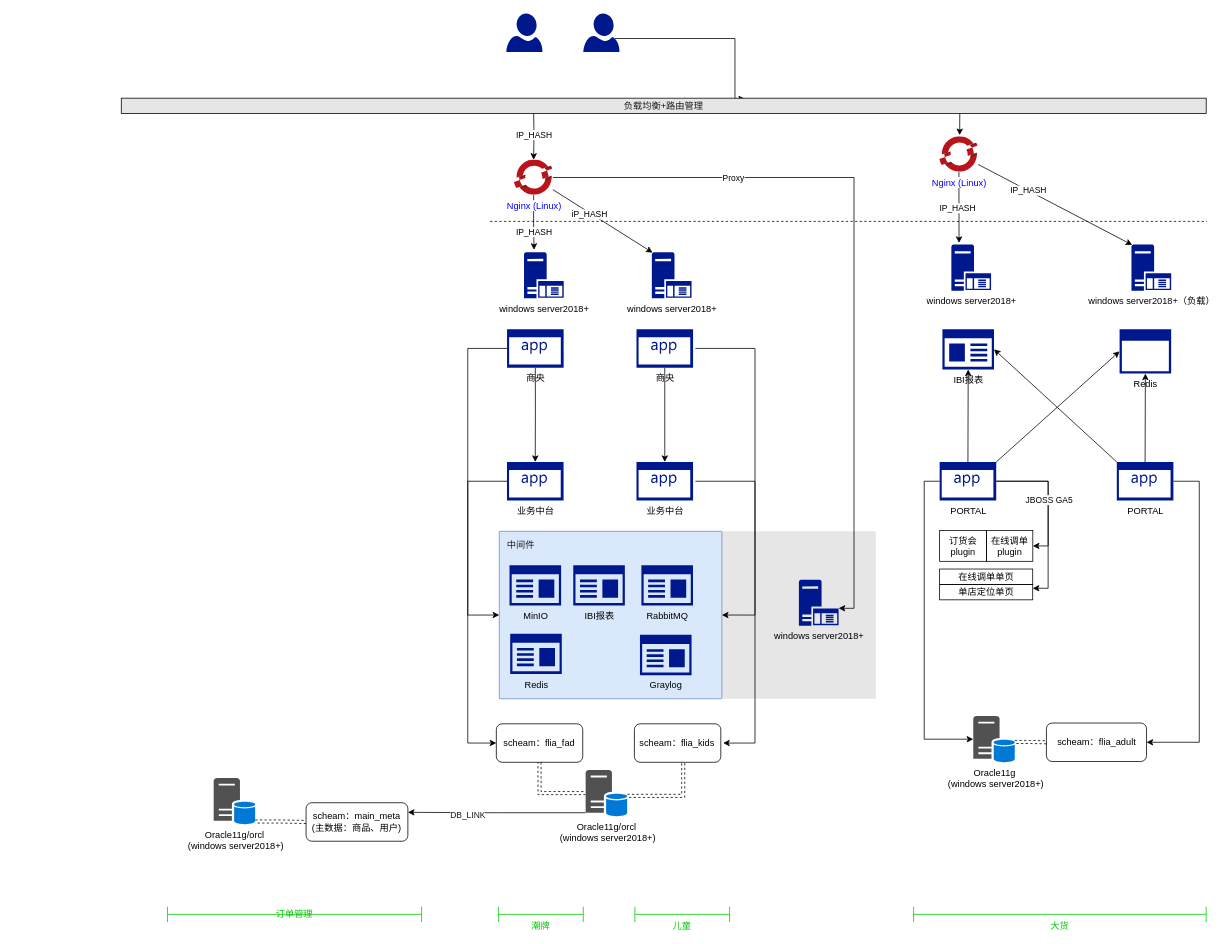
tianyaxiangdong/drawio keeps this draw.io diagram as anta-deploy.drawio. Above is the earlier version. Source tidied: cells renumbered, new cells numbered last; positions are measured from the earlier drawing's top-left corner, leaving out a move shared by most shapes. Both pictures are drawn from the tidied source at 77%, with x=0, y=0 at pixel (121, 13).
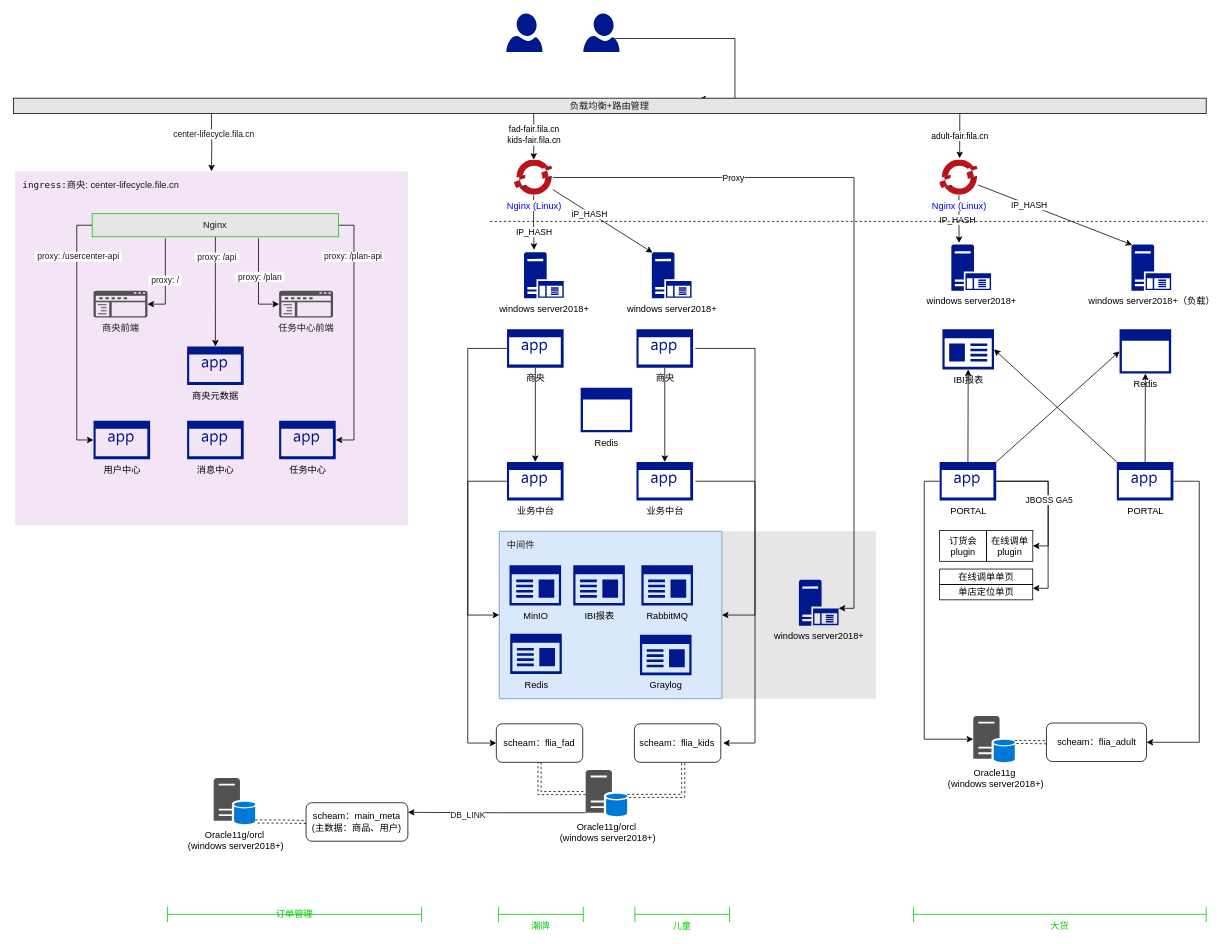
After the change.

Unchanged cells that the change refers to:
```xml
<mxCell id="14" value="&lt;font color=&quot;#0000ff&quot;&gt;Nginx (Linux)&lt;/font&gt;" style="sketch=0;html=1;points=[];align=center;image;fontSize=12;image=img/lib/mscae/OpenShift.svg;fillColor=#F31339;" parent="1" vertex="1">
  <mxGeometry x="510.5" y="190" width="50" height="46" as="geometry" />
</mxCell>
```

The edit, as a diff of the source:
```diff
@@
-    <mxCell id="7" value="IP_HASH" style="edgeStyle=orthogonalEdgeStyle;rounded=0;jettySize=auto;html=1;" parent="1" edge="1" target="14">
+    <mxCell id="7" value="fad-fair.fila.cn&lt;br&gt;kids-fair.fila.cn" style="edgeStyle=orthogonalEdgeStyle;rounded=0;jettySize=auto;html=1;" parent="1" edge="1" target="14">
       <mxGeometry relative="1" as="geometry">
         <mxPoint x="535.5" y="125" as="sourcePoint" />
       </mxGeometry>
     </mxCell>
@@
     <mxCell id="19" value="&lt;font color=&quot;#0000ff&quot;&gt;Nginx (Linux)&lt;/font&gt;" style="sketch=0;html=1;points=[];align=center;image;fontSize=12;image=img/lib/mscae/OpenShift.svg;fillColor=#F31339;" parent="1" vertex="1">
-      <mxGeometry x="1062.8" y="160" width="50" height="46" as="geometry" />
+      <mxGeometry x="1062.8" y="190" width="50" height="46" as="geometry" />
     </mxCell>
-    <mxCell id="20" style="endArrow=classic;html=1;entryX=0.52;entryY=-0.043;entryDx=0;entryDy=0;entryPerimeter=0;exitX=0.874;exitY=1.114;exitDx=0;exitDy=0;exitPerimeter=0;" parent="1" edge="1" target="19">
+    <mxCell id="20" value="adult-fair.fila.cn" style="endArrow=classic;html=1;entryX=0.52;entryY=-0.043;entryDx=0;entryDy=0;entryPerimeter=0;exitX=0.874;exitY=1.114;exitDx=0;exitDy=0;exitPerimeter=0;" parent="1" edge="1" target="19">
       <mxGeometry relative="1" as="geometry">
         <mxPoint x="1089" y="129" as="sourcePoint" />
       </mxGeometry>
     </mxCell>
+    <mxCell id="77" style="edgeStyle=orthogonalEdgeStyle;rounded=0;jettySize=auto;html=1;entryX=0.5;entryY=0;entryDx=0;entryDy=0;entryPerimeter=0;fontColor=#1A1A1A;" parent="1" edge="1" target="79">
+      <mxGeometry relative="1" as="geometry">
+        <mxPoint x="117" y="130" as="sourcePoint" />
+      </mxGeometry>
+    </mxCell>
+    <mxCell id="78" value="center-lifecycle.fila.cn" style="edgeLabel;html=1;align=center;verticalAlign=middle;fontColor=#1A1A1A;" parent="77" vertex="1">
+      <mxGeometry x="-0.27" y="2" relative="1" as="geometry" />
+    </mxCell>
     <mxCell id="21" value="负载均衡+路由管理" style="rounded=0;whiteSpace=wrap;html=1;align=center;fontColor=#1A1A1A;fillColor=#E6E6E6;" parent="1" vertex="1">
-      <mxGeometry y="110" width="1409" height="20" as="geometry" />
+      <mxGeometry x="-140" y="110" width="1549" height="20" as="geometry" />
     </mxCell>
@@
+    <mxCell id="79" value="&lt;span style=&quot;background-color: inherit ; font-family: &amp;#34;menlo&amp;#34; , &amp;#34;monaco&amp;#34; , &amp;#34;consolas&amp;#34; , &amp;#34;andale mono&amp;#34; , &amp;#34;lucida console&amp;#34; , &amp;#34;courier new&amp;#34; , monospace ; font-size: inherit ; color: rgb(18 , 18 , 18)&quot;&gt;ingress:&lt;/span&gt;&lt;font color=&quot;#1a1a1a&quot;&gt;商央: center-lifecycle.file.cn&lt;/font&gt;" style="sketch=0;points=[[0,0,0],[0.25,0,0],[0.5,0,0],[0.75,0,0],[1,0,0],[1,0.25,0],[1,0.5,0],[1,0.75,0],[1,1,0],[0.75,1,0],[0.5,1,0],[0.25,1,0],[0,1,0],[0,0.75,0],[0,0.5,0],[0,0.25,0]];rounded=1;absoluteArcSize=1;arcSize=2;html=1;strokeColor=none;gradientColor=none;shadow=0;dashed=0;fontSize=12;fontColor=#9E9E9E;align=left;verticalAlign=top;spacing=10;spacingTop=-4;fillColor=#F3E5F5;" parent="1" vertex="1">
+      <mxGeometry x="-137.8" y="205" width="510" height="460" as="geometry" />
+    </mxCell>
+    <mxCell id="80" value="用户中心" style="sketch=0;shadow=0;dashed=0;html=1;strokeColor=none;labelPosition=center;verticalLabelPosition=bottom;verticalAlign=top;align=center;fillColor=#00188D;shape=mxgraph.mscae.enterprise.application;" parent="1" vertex="1">
+      <mxGeometry x="-36" y="528.9" width="73.5" height="50" as="geometry" />
+    </mxCell>
+    <mxCell id="81" value="消息中心" style="sketch=0;shadow=0;dashed=0;html=1;strokeColor=none;labelPosition=center;verticalLabelPosition=bottom;verticalAlign=top;align=center;fillColor=#00188D;shape=mxgraph.mscae.enterprise.application;" parent="1" vertex="1">
+      <mxGeometry x="85.5" y="528.9" width="73.5" height="50" as="geometry" />
+    </mxCell>
+    <mxCell id="82" value="任务中心" style="sketch=0;shadow=0;dashed=0;html=1;strokeColor=none;labelPosition=center;verticalLabelPosition=bottom;verticalAlign=top;align=center;fillColor=#00188D;shape=mxgraph.mscae.enterprise.application;" parent="1" vertex="1">
+      <mxGeometry x="205" y="528.9" width="73.5" height="50" as="geometry" />
+    </mxCell>
+    <mxCell id="83" style="edgeStyle=orthogonalEdgeStyle;rounded=0;jettySize=auto;html=1;exitX=0;exitY=0.5;exitDx=0;exitDy=0;entryX=0;entryY=0.5;entryDx=0;entryDy=0;entryPerimeter=0;fontColor=#1A1A1A;" parent="1" edge="1" source="93" target="80">
+      <mxGeometry relative="1" as="geometry" />
+    </mxCell>
+    <mxCell id="84" value="&amp;nbsp;proxy: /usercenter-api&amp;nbsp;" style="edgeLabel;html=1;align=center;verticalAlign=middle;fontColor=#1A1A1A;" parent="83" vertex="1">
+      <mxGeometry x="-0.67" y="1" relative="1" as="geometry">
+        <mxPoint y="7" as="offset" />
+      </mxGeometry>
+    </mxCell>
+    <mxCell id="85" style="edgeStyle=orthogonalEdgeStyle;rounded=0;jettySize=auto;html=1;exitX=0.5;exitY=1;exitDx=0;exitDy=0;entryX=0.5;entryY=0;entryDx=0;entryDy=0;entryPerimeter=0;fontColor=#1A1A1A;" parent="1" edge="1" source="93" target="97">
+      <mxGeometry relative="1" as="geometry" />
+    </mxCell>
+    <mxCell id="86" value="&amp;nbsp;proxy: /api&amp;nbsp;" style="edgeLabel;html=1;align=center;verticalAlign=middle;fontColor=#1A1A1A;" parent="85" vertex="1">
+      <mxGeometry x="-0.63" y="1" relative="1" as="geometry" />
+    </mxCell>
+    <mxCell id="87" style="edgeStyle=orthogonalEdgeStyle;rounded=0;jettySize=auto;html=1;exitX=1;exitY=0.5;exitDx=0;exitDy=0;entryX=1;entryY=0.5;entryDx=0;entryDy=0;entryPerimeter=0;fontColor=#1A1A1A;" parent="1" edge="1" source="93" target="82">
+      <mxGeometry relative="1" as="geometry" />
+    </mxCell>
+    <mxCell id="88" value="&amp;nbsp;proxy: /plan-api&amp;nbsp;" style="edgeLabel;html=1;align=center;verticalAlign=middle;fontColor=#1A1A1A;" parent="87" vertex="1">
+      <mxGeometry x="-0.63" y="-2" relative="1" as="geometry" />
+    </mxCell>
+    <mxCell id="89" style="edgeStyle=orthogonalEdgeStyle;rounded=0;jettySize=auto;html=1;exitX=0.297;exitY=1.067;exitDx=0;exitDy=0;entryX=1;entryY=0.5;entryDx=0;entryDy=0;entryPerimeter=0;fontColor=#1A1A1A;exitPerimeter=0;" parent="1" edge="1" source="93" target="95">
+      <mxGeometry relative="1" as="geometry" />
+    </mxCell>
+    <mxCell id="90" value="&amp;nbsp;proxy: /&amp;nbsp;" style="edgeLabel;html=1;align=center;verticalAlign=middle;fontColor=#1A1A1A;" parent="89" vertex="1">
+      <mxGeometry x="-0.01" y="-1" relative="1" as="geometry" />
+    </mxCell>
+    <mxCell id="91" style="edgeStyle=orthogonalEdgeStyle;rounded=0;jettySize=auto;html=1;entryX=0;entryY=0.5;entryDx=0;entryDy=0;entryPerimeter=0;fontColor=#1A1A1A;exitX=0.675;exitY=1.067;exitDx=0;exitDy=0;exitPerimeter=0;" parent="1" edge="1" source="93" target="96">
+      <mxGeometry relative="1" as="geometry" />
+    </mxCell>
+    <mxCell id="92" value="&amp;nbsp;proxy: /plan&amp;nbsp;" style="edgeLabel;html=1;align=center;verticalAlign=middle;fontColor=#1A1A1A;" parent="91" vertex="1">
+      <mxGeometry x="-0.13" y="1" relative="1" as="geometry" />
+    </mxCell>
+    <mxCell id="93" value="Nginx" style="rounded=0;whiteSpace=wrap;html=1;fontColor=#1A1A1A;strokeColor=#00CC00;fillColor=#E6E6E6;align=center;verticalAlign=middle;" parent="1" vertex="1">
+      <mxGeometry x="-37.8" y="260" width="320" height="30" as="geometry" />
+    </mxCell>
+    <mxCell id="94" value="Redis" style="sketch=0;shadow=0;dashed=0;html=1;strokeColor=none;labelPosition=center;verticalLabelPosition=bottom;verticalAlign=top;align=center;fillColor=#00188D;shape=mxgraph.mscae.enterprise.application_blank;" parent="1" vertex="1">
+      <mxGeometry x="596.6" y="486.2" width="67" height="57.6" as="geometry" />
+    </mxCell>
+    <mxCell id="95" value="商央前端" style="sketch=0;shadow=0;dashed=0;html=1;strokeColor=none;labelPosition=center;verticalLabelPosition=bottom;verticalAlign=top;align=center;fillColor=#505050;shape=mxgraph.mscae.intune.company_portal;fontColor=#1A1A1A;" parent="1" vertex="1">
+      <mxGeometry x="-36" y="360" width="70" height="35" as="geometry" />
+    </mxCell>
+    <mxCell id="96" value="任务中心前端" style="sketch=0;shadow=0;dashed=0;html=1;strokeColor=none;labelPosition=center;verticalLabelPosition=bottom;verticalAlign=top;align=center;fillColor=#505050;shape=mxgraph.mscae.intune.company_portal;fontColor=#1A1A1A;" parent="1" vertex="1">
+      <mxGeometry x="205" y="360" width="70" height="35" as="geometry" />
+    </mxCell>
+    <mxCell id="97" value="商央元数据" style="sketch=0;shadow=0;dashed=0;html=1;strokeColor=none;labelPosition=center;verticalLabelPosition=bottom;verticalAlign=top;align=center;fillColor=#00188D;shape=mxgraph.mscae.enterprise.application;" parent="1" vertex="1">
+      <mxGeometry x="85.5" y="432.5" width="73.5" height="50" as="geometry" />
+    </mxCell>
```
